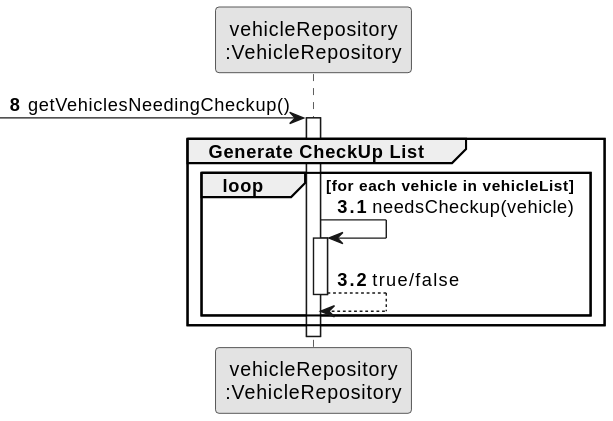
This is docs/sprintB/us008/03.design/svg/us008-sequence-diagram-partial-generate-checkup-list.svg from SAEmanuel/Green_Spaces_Management_ISEP, a PlantUML export, as it was before one commit.
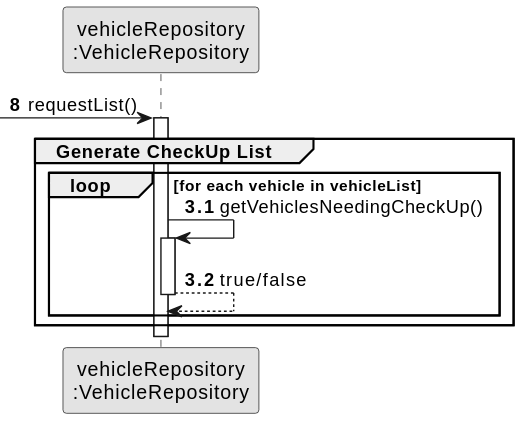
After the change.

Diff of the diagram source:
```diff
@@ -11,13 +11,13 @@
 
 autonumber 8
 
- -> vehicleRepository : getVehiclesNeedingCheckup()
+ -> vehicleRepository : requestList()
 autonumber 3.1
 activate vehicleRepository
     group Generate CheckUp List
 
             loop for each vehicle in vehicleList
-                vehicleRepository -> vehicleRepository : needsCheckup(vehicle)
+                vehicleRepository -> vehicleRepository : getVehiclesNeedingCheckUp()
                 activate vehicleRepository
                 vehicleRepository --> vehicleRepository : true/false
                 deactivate vehicleRepository
```
